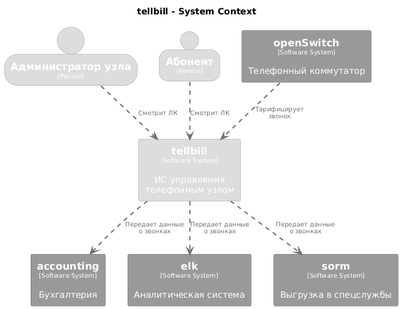
This is docs/c4-dsl/plantuml/png/structurizr-tellbillServiceContext.png from lfuuu/Diplom, a PlantUML export, as it was before one commit.
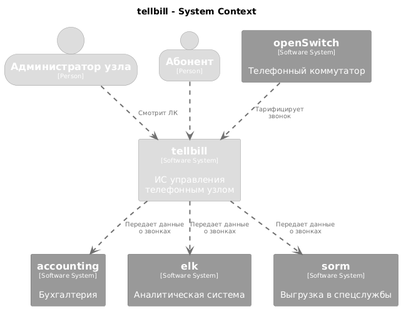
Later version of the same file.

Change to the diagram source:
```diff
@@ -67,7 +67,7 @@
 tellbill .[#707070,thickness=2].> elk : "<color:#707070>Передает данные о звонках"
 tellbill .[#707070,thickness=2].> sorm : "<color:#707070>Передает данные о звонках"
 tellbill .[#707070,thickness=2].> accounting : "<color:#707070>Передает данные о звонках"
+Абонент .[#707070,thickness=2].> tellbill : "<color:#707070>"
 openSwitch .[#707070,thickness=2].> tellbill : "<color:#707070>Тарифицирует звонок"
-Абонент .[#707070,thickness=2].> tellbill : "<color:#707070>Смотрит ЛК"
 Администраторузла .[#707070,thickness=2].> tellbill : "<color:#707070>Смотрит ЛК"
 @enduml
```
